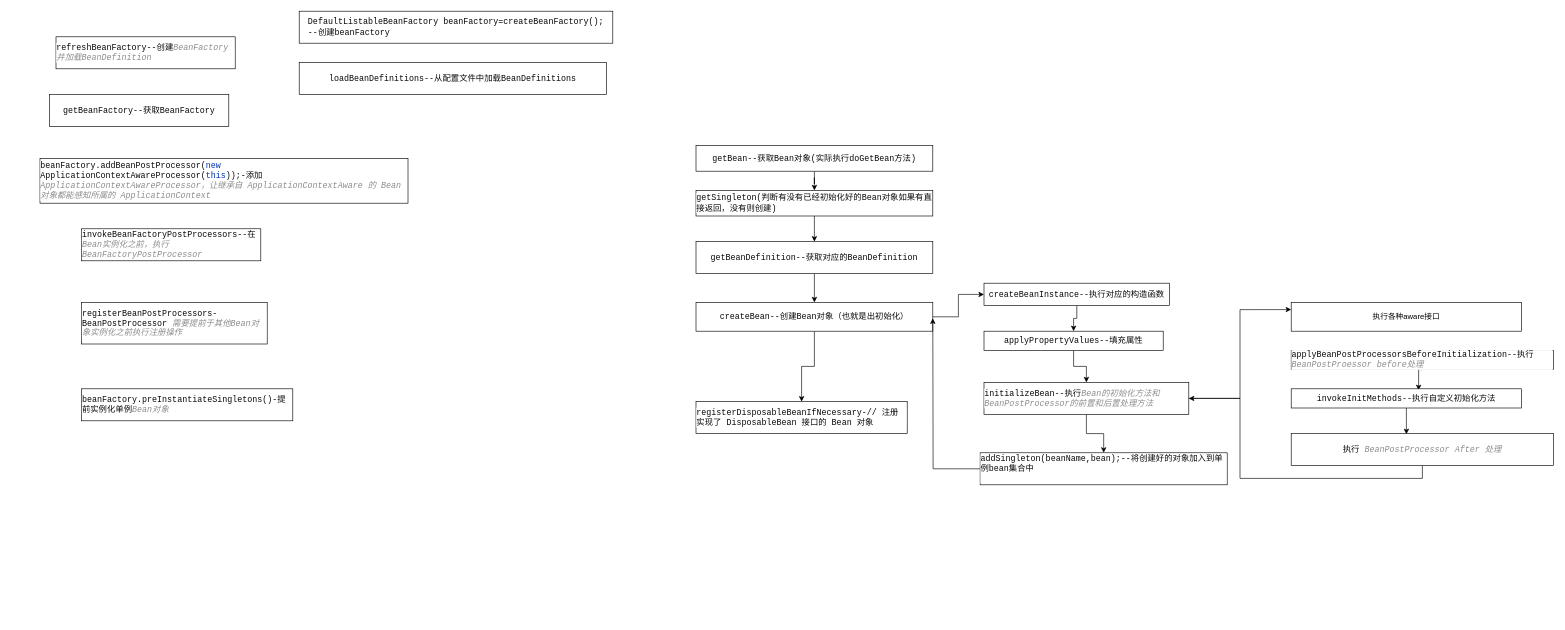
The draw.io diagram spring生命周期.drawio in chenxiaochuan72/draw, before the edit. Source tidied: cells renumbered, new cells numbered last; positions are measured from the earlier drawing's top-left corner, leaving out a move shared by most shapes. Both pictures are drawn from the tidied source at 64%, with x=0, y=0 at pixel (40, 11).
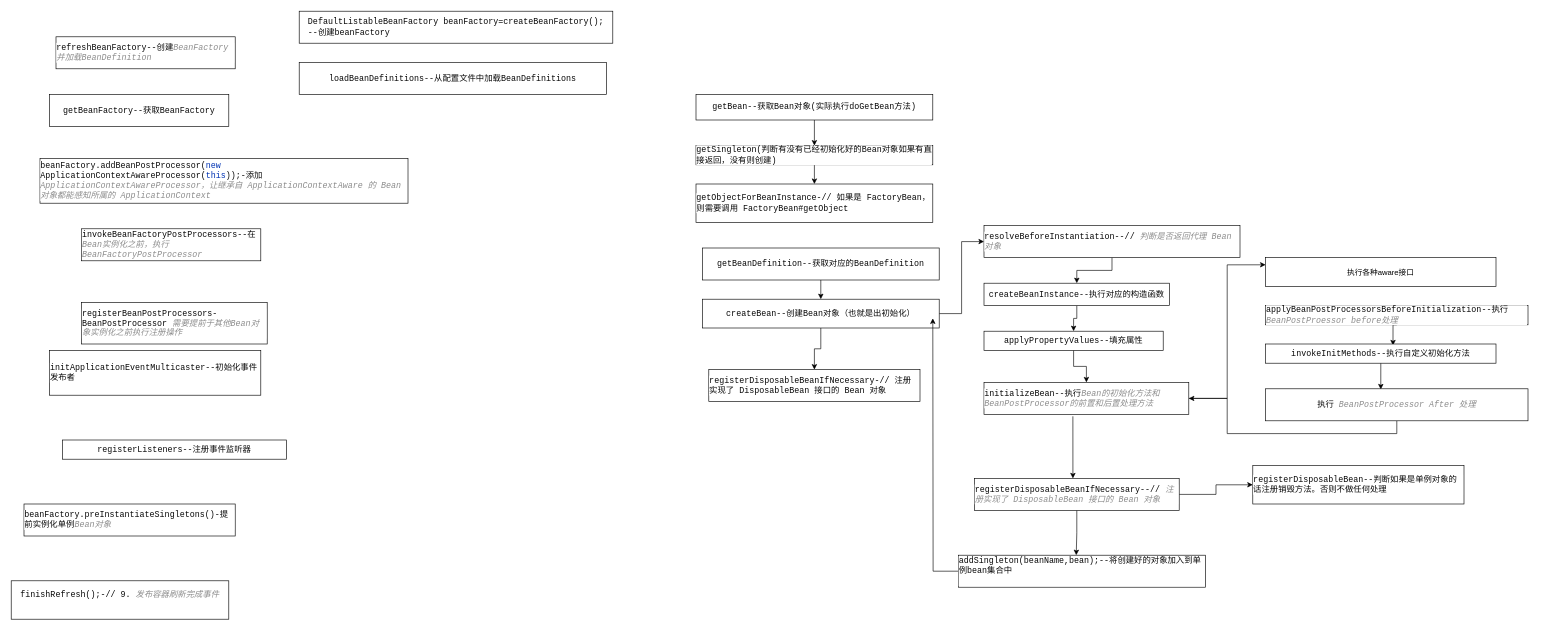
Above is the later version.

Commit message:
更新spring生命周期.drawio

Unchanged cells that the change refers to:
```xml
<mxCell id="19" value="&lt;div style=&quot;text-align: start; background-color: rgb(255, 255, 255); color: rgb(8, 8, 8); font-family: &amp;quot;JetBrains Mono&amp;quot;, monospace; font-size: 9.8pt;&quot;&gt;createBeanInstance--执行对应的构造函数&lt;/div&gt;" style="rounded=0;whiteSpace=wrap;html=1;" parent="1" vertex="1">
  <mxGeometry x="1475" y="425" width="290" height="35" as="geometry" />
</mxCell>
<mxCell id="24" value="&lt;div style=&quot;text-align: start; background-color: rgb(255, 255, 255); color: rgb(8, 8, 8); font-family: Menlo-Regular, monospace; font-size: 9.8pt;&quot;&gt;initializeBean--执行&lt;span style=&quot;color: rgb(140, 140, 140); font-style: italic; font-family: &amp;quot;JetBrains Mono&amp;quot;, monospace;&quot;&gt;Bean&lt;/span&gt;&lt;span style=&quot;color: rgb(140, 140, 140); font-style: italic;&quot;&gt;的初始化方法和&lt;/span&gt;&lt;span style=&quot;color: rgb(140, 140, 140); font-style: italic; font-family: &amp;quot;JetBrains Mono&amp;quot;, monospace;&quot;&gt;BeanPostProcessor&lt;/span&gt;&lt;span style=&quot;color: rgb(140, 140, 140); font-style: italic;&quot;&gt;的前置和后置处理方法&lt;/span&gt;&lt;/div&gt;" style="rounded=0;whiteSpace=wrap;html=1;" parent="1" vertex="1">
  <mxGeometry x="1475" y="580" width="320" height="50" as="geometry" />
</mxCell>
```

Change to the diagram source:
```diff
@@
     <mxCell id="8" value="&lt;div style=&quot;text-align: start; background-color: rgb(255, 255, 255); color: rgb(8, 8, 8); font-family: &amp;quot;JetBrains Mono&amp;quot;, monospace; font-size: 9.8pt;&quot;&gt;beanFactory.preInstantiateSingletons()-提前实例化单例&lt;span style=&quot;font-size: 9.8pt; color: rgb(140, 140, 140); font-style: italic;&quot;&gt;Bean&lt;/span&gt;&lt;span style=&quot;font-family: Menlo-Regular, monospace; font-size: 9.8pt; color: rgb(140, 140, 140); font-style: italic;&quot;&gt;对象&lt;/span&gt;&lt;/div&gt;" style="rounded=0;whiteSpace=wrap;html=1;" parent="1" vertex="1">
-      <mxGeometry x="65" y="590" width="330" height="50" as="geometry" />
+      <mxGeometry x="-25" y="770" width="330" height="50" as="geometry" />
     </mxCell>
@@
     <mxCell id="10" value="&lt;div style=&quot;text-align: start; background-color: rgb(255, 255, 255); color: rgb(8, 8, 8); font-family: &amp;quot;JetBrains Mono&amp;quot;, monospace; font-size: 9.8pt;&quot;&gt;getBean--获取Bean对象(实际执行doGetBean方法&lt;span style=&quot;font-size: 9.8pt;&quot;&gt;)&lt;/span&gt;&lt;/div&gt;" style="rounded=0;whiteSpace=wrap;html=1;" parent="1" vertex="1">
-      <mxGeometry x="1025" y="210" width="370" height="40" as="geometry" />
+      <mxGeometry x="1025" y="130" width="370" height="40" as="geometry" />
     </mxCell>
-    <mxCell id="11" style="edgeStyle=orthogonalEdgeStyle;rounded=0;jettySize=auto;html=1;exitX=0.5;exitY=1;exitDx=0;exitDy=0;" parent="1" edge="1" source="12" target="14">
-      <mxGeometry relative="1" as="geometry" />
-    </mxCell>
+    <mxCell id="36" style="edgeStyle=orthogonalEdgeStyle;rounded=0;jettySize=auto;html=1;exitX=0.5;exitY=1;exitDx=0;exitDy=0;entryX=0.5;entryY=0;entryDx=0;entryDy=0;" parent="1" edge="1" source="12" target="38">
+      <mxGeometry relative="1" as="geometry" />
+    </mxCell>
     <mxCell id="12" value="&lt;div style=&quot;text-align: start; background-color: rgb(255, 255, 255); color: rgb(8, 8, 8); font-family: &amp;quot;JetBrains Mono&amp;quot;, monospace; font-size: 9.8pt;&quot;&gt;getSingleton(判断有没有已经初始化好的Bean对象如果有直接返回，没有则创建)&lt;/div&gt;" style="rounded=0;whiteSpace=wrap;html=1;" parent="1" vertex="1">
-      <mxGeometry x="1025" y="280" width="370" height="40" as="geometry" />
+      <mxGeometry x="1025" y="210" width="370" height="30" as="geometry" />
     </mxCell>
@@
     <mxCell id="14" value="&lt;div style=&quot;text-align: start; background-color: rgb(255, 255, 255); color: rgb(8, 8, 8); font-family: &amp;quot;JetBrains Mono&amp;quot;, monospace; font-size: 9.8pt;&quot;&gt;getBeanDefinition--获取对应的BeanDefinition&lt;/div&gt;" style="rounded=0;whiteSpace=wrap;html=1;" parent="1" vertex="1">
-      <mxGeometry x="1025" y="360" width="370" height="50" as="geometry" />
+      <mxGeometry x="1035" y="370" width="370" height="50" as="geometry" />
     </mxCell>
@@
-    <mxCell id="16" style="edgeStyle=orthogonalEdgeStyle;rounded=0;jettySize=auto;html=1;exitX=1;exitY=0.5;exitDx=0;exitDy=0;entryX=0;entryY=0.5;entryDx=0;entryDy=0;" parent="1" edge="1" source="17" target="19">
+    <mxCell id="16" style="edgeStyle=orthogonalEdgeStyle;rounded=0;jettySize=auto;html=1;exitX=1;exitY=0.5;exitDx=0;exitDy=0;entryX=0;entryY=0.5;entryDx=0;entryDy=0;" parent="1" edge="1" source="17" target="47">
       <mxGeometry relative="1" as="geometry" />
     </mxCell>
     <mxCell id="17" value="&lt;div style=&quot;text-align: start; background-color: rgb(255, 255, 255); color: rgb(8, 8, 8); font-family: &amp;quot;JetBrains Mono&amp;quot;, monospace; font-size: 9.8pt;&quot;&gt;createBean--创建Bean对象（也就是出初始化）&lt;/div&gt;" style="rounded=0;whiteSpace=wrap;html=1;" parent="1" vertex="1">
-      <mxGeometry x="1025" y="455" width="370" height="45" as="geometry" />
+      <mxGeometry x="1035" y="450" width="370" height="45" as="geometry" />
     </mxCell>
@@
-    <mxCell id="22" style="edgeStyle=orthogonalEdgeStyle;rounded=0;jettySize=auto;html=1;exitX=0.5;exitY=1;exitDx=0;exitDy=0;entryX=0.5;entryY=0;entryDx=0;entryDy=0;" parent="1" edge="1" source="24" target="32">
-      <mxGeometry relative="1" as="geometry" />
-    </mxCell>
@@
+    <mxCell id="37" style="edgeStyle=orthogonalEdgeStyle;rounded=0;jettySize=auto;html=1;exitX=0.434;exitY=1.06;exitDx=0;exitDy=0;entryX=0.481;entryY=0;entryDx=0;entryDy=0;entryPerimeter=0;exitPerimeter=0;" parent="1" edge="1" source="24" target="41">
+      <mxGeometry relative="1" as="geometry" />
+    </mxCell>
@@
     <mxCell id="26" value="&lt;div style=&quot;text-align: start; background-color: rgb(255, 255, 255); color: rgb(8, 8, 8); font-family: &amp;quot;JetBrains Mono&amp;quot;, monospace; font-size: 9.8pt;&quot;&gt;applyBeanPostProcessorsBeforeInitialization--执行&lt;span style=&quot;font-size: 9.8pt; color: rgb(140, 140, 140); font-style: italic;&quot;&gt;BeanPostProessor before&lt;/span&gt;&lt;span style=&quot;font-family: Menlo-Regular, monospace; font-size: 9.8pt; color: rgb(140, 140, 140); font-style: italic;&quot;&gt;处理&lt;/span&gt;&lt;/div&gt;" style="rounded=0;whiteSpace=wrap;html=1;" parent="1" vertex="1">
-      <mxGeometry x="1955" y="530" width="410" height="30" as="geometry" />
+      <mxGeometry x="1915" y="460" width="410" height="30" as="geometry" />
     </mxCell>
@@
     <mxCell id="28" value="&lt;div style=&quot;text-align: start; background-color: rgb(255, 255, 255); color: rgb(8, 8, 8); font-family: &amp;quot;JetBrains Mono&amp;quot;, monospace; font-size: 9.8pt;&quot;&gt;invokeInitMethods--执行自定义初始化方法&lt;/div&gt;" style="rounded=0;whiteSpace=wrap;html=1;" parent="1" vertex="1">
-      <mxGeometry x="1955" y="590" width="360" height="30" as="geometry" />
+      <mxGeometry x="1915" y="520" width="360" height="30" as="geometry" />
     </mxCell>
@@
     <mxCell id="30" value="&lt;div style=&quot;text-align: start; background-color: rgb(255, 255, 255); color: rgb(8, 8, 8); font-family: Menlo-Regular, monospace; font-size: 9.8pt;&quot;&gt;执行&lt;span style=&quot;color: rgb(140, 140, 140); font-style: italic; font-family: &amp;quot;JetBrains Mono&amp;quot;, monospace;&quot;&gt; BeanPostProcessor After &lt;/span&gt;&lt;span style=&quot;color: rgb(140, 140, 140); font-style: italic;&quot;&gt;处理&lt;/span&gt;&lt;/div&gt;" style="rounded=0;whiteSpace=wrap;html=1;" parent="1" vertex="1">
-      <mxGeometry x="1955" y="660" width="410" height="50" as="geometry" />
+      <mxGeometry x="1915" y="590" width="410" height="50" as="geometry" />
     </mxCell>
@@
     <mxCell id="32" value="&lt;div style=&quot;text-align: start; background-color: rgb(255, 255, 255); color: rgb(8, 8, 8); font-family: &amp;quot;JetBrains Mono&amp;quot;, monospace; font-size: 9.8pt;&quot;&gt;addSingleton(beanName,bean);--将创建好的对象加入到单例bean集合中&lt;/div&gt;&lt;div style=&quot;text-align: start; background-color: rgb(255, 255, 255); color: rgb(8, 8, 8); font-family: &amp;quot;JetBrains Mono&amp;quot;, monospace; font-size: 9.8pt;&quot;&gt;&lt;br&gt;&lt;/div&gt;" style="rounded=0;whiteSpace=wrap;html=1;" parent="1" vertex="1">
-      <mxGeometry x="1469" y="690" width="386" height="50" as="geometry" />
+      <mxGeometry x="1435" y="850" width="386" height="50" as="geometry" />
     </mxCell>
     <mxCell id="33" value="&lt;div style=&quot;text-align: start; background-color: rgb(255, 255, 255); color: rgb(8, 8, 8); font-family: &amp;quot;JetBrains Mono&amp;quot;, monospace; font-size: 9.8pt;&quot;&gt;registerDisposableBeanIfNecessary-// 注册实现了 DisposableBean 接口的 Bean 对象&lt;/div&gt;" style="rounded=0;whiteSpace=wrap;html=1;" parent="1" vertex="1">
-      <mxGeometry x="1025" y="610" width="330" height="50" as="geometry" />
+      <mxGeometry x="1045" y="560" width="330" height="50" as="geometry" />
     </mxCell>
     <mxCell id="34" value="执行各种aware接口" style="rounded=0;whiteSpace=wrap;html=1;" parent="1" vertex="1">
-      <mxGeometry x="1955" y="455" width="360" height="45" as="geometry" />
+      <mxGeometry x="1915" y="385" width="360" height="45" as="geometry" />
     </mxCell>
@@
+    <mxCell id="38" value="&lt;div style=&quot;text-align: start; background-color: rgb(255, 255, 255); color: rgb(8, 8, 8); font-family: &amp;quot;JetBrains Mono&amp;quot;, monospace; font-size: 9.8pt;&quot;&gt;getObjectForBeanInstance-// 如果是 FactoryBean，则需要调用 FactoryBean#getObject&lt;/div&gt;" style="rounded=0;whiteSpace=wrap;html=1;" parent="1" vertex="1">
+      <mxGeometry x="1025" y="270" width="370" height="60" as="geometry" />
+    </mxCell>
+    <mxCell id="39" style="edgeStyle=orthogonalEdgeStyle;rounded=0;jettySize=auto;html=1;exitX=0.5;exitY=1;exitDx=0;exitDy=0;entryX=0.477;entryY=0;entryDx=0;entryDy=0;entryPerimeter=0;" parent="1" edge="1" source="41" target="32">
+      <mxGeometry relative="1" as="geometry" />
+    </mxCell>
+    <mxCell id="40" style="edgeStyle=orthogonalEdgeStyle;rounded=0;jettySize=auto;html=1;exitX=1;exitY=0.5;exitDx=0;exitDy=0;" parent="1" edge="1" source="41" target="42">
+      <mxGeometry relative="1" as="geometry" />
+    </mxCell>
+    <mxCell id="41" value="&lt;div style=&quot;text-align: start; background-color: rgb(255, 255, 255); color: rgb(8, 8, 8); font-family: &amp;quot;JetBrains Mono&amp;quot;, monospace; font-size: 9.8pt;&quot;&gt;registerDisposableBeanIfNecessary--// &lt;span style=&quot;font-size: 9.8pt; color: rgb(140, 140, 140); font-style: italic; font-family: Menlo-Regular, monospace;&quot;&gt;注册实现了&lt;/span&gt;&lt;span style=&quot;font-size: 9.8pt; color: rgb(140, 140, 140); font-style: italic;&quot;&gt; DisposableBean &lt;/span&gt;&lt;span style=&quot;font-size: 9.8pt; color: rgb(140, 140, 140); font-style: italic; font-family: Menlo-Regular, monospace;&quot;&gt;接口的&lt;/span&gt;&lt;span style=&quot;font-size: 9.8pt; color: rgb(140, 140, 140); font-style: italic;&quot;&gt; Bean &lt;/span&gt;&lt;span style=&quot;font-size: 9.8pt; color: rgb(140, 140, 140); font-style: italic; font-family: Menlo-Regular, monospace;&quot;&gt;对象&lt;/span&gt;&lt;/div&gt;" style="rounded=0;whiteSpace=wrap;html=1;" parent="1" vertex="1">
+      <mxGeometry x="1460" y="730" width="320" height="50" as="geometry" />
+    </mxCell>
+    <mxCell id="42" value="&lt;div style=&quot;text-align: start; background-color: rgb(255, 255, 255); color: rgb(8, 8, 8); font-family: &amp;quot;JetBrains Mono&amp;quot;, monospace; font-size: 9.8pt;&quot;&gt;registerDisposableBean--判断如果是单例对象的话注册销毁方法。否则不做任何处理&lt;/div&gt;" style="rounded=0;whiteSpace=wrap;html=1;" parent="1" vertex="1">
+      <mxGeometry x="1895" y="710" width="330" height="60" as="geometry" />
+    </mxCell>
+    <mxCell id="43" value="&lt;div style=&quot;text-align: start; background-color: rgb(255, 255, 255); color: rgb(8, 8, 8); font-family: &amp;quot;JetBrains Mono&amp;quot;, monospace; font-size: 9.8pt;&quot;&gt;initApplicationEventMulticaster--初始化事件发布者&lt;/div&gt;" style="rounded=0;whiteSpace=wrap;html=1;" parent="1" vertex="1">
+      <mxGeometry x="15" y="530" width="330" height="70" as="geometry" />
+    </mxCell>
+    <mxCell id="44" value="&lt;div style=&quot;text-align: start; background-color: rgb(255, 255, 255); color: rgb(8, 8, 8); font-family: &amp;quot;JetBrains Mono&amp;quot;, monospace; font-size: 9.8pt;&quot;&gt;registerListeners--注册事件监听器&lt;/div&gt;" style="rounded=0;whiteSpace=wrap;html=1;" parent="1" vertex="1">
+      <mxGeometry x="35" y="670" width="350" height="30" as="geometry" />
+    </mxCell>
+    <mxCell id="45" value="&lt;div style=&quot;text-align: start; background-color: rgb(255, 255, 255); color: rgb(8, 8, 8); font-family: &amp;quot;JetBrains Mono&amp;quot;, monospace; font-size: 9.8pt;&quot;&gt;finishRefresh();-// 9. &lt;span style=&quot;font-size: 9.8pt; color: rgb(140, 140, 140); font-style: italic; font-family: Menlo-Regular, monospace;&quot;&gt;发布容器刷新完成事件&lt;/span&gt;&lt;/div&gt;&lt;div style=&quot;text-align: start; background-color: rgb(255, 255, 255); color: rgb(8, 8, 8); font-family: &amp;quot;JetBrains Mono&amp;quot;, monospace; font-size: 9.8pt;&quot;&gt;&lt;span style=&quot;color: rgb(140, 140, 140); font-style: italic; font-family: Menlo-Regular, monospace;&quot;&gt;&lt;br&gt;&lt;/span&gt;&lt;/div&gt;" style="rounded=0;whiteSpace=wrap;html=1;" parent="1" vertex="1">
+      <mxGeometry x="-45" y="890" width="340" height="60" as="geometry" />
+    </mxCell>
+    <mxCell id="46" style="edgeStyle=orthogonalEdgeStyle;rounded=0;jettySize=auto;html=1;exitX=0.5;exitY=1;exitDx=0;exitDy=0;entryX=0.5;entryY=0;entryDx=0;entryDy=0;" parent="1" edge="1" source="47" target="19">
+      <mxGeometry relative="1" as="geometry" />
+    </mxCell>
+    <mxCell id="47" value="&lt;div style=&quot;text-align: start; background-color: rgb(255, 255, 255); color: rgb(8, 8, 8); font-family: &amp;quot;JetBrains Mono&amp;quot;, monospace; font-size: 9.8pt;&quot;&gt;resolveBeforeInstantiation--// &lt;span style=&quot;font-size: 9.8pt; color: rgb(140, 140, 140); font-style: italic; font-family: Menlo-Regular, monospace;&quot;&gt;判断是否返回代理&lt;/span&gt;&lt;span style=&quot;font-size: 9.8pt; color: rgb(140, 140, 140); font-style: italic;&quot;&gt; Bean &lt;/span&gt;&lt;span style=&quot;font-size: 9.8pt; color: rgb(140, 140, 140); font-style: italic; font-family: Menlo-Regular, monospace;&quot;&gt;对象&lt;/span&gt;&lt;/div&gt;" style="rounded=0;whiteSpace=wrap;html=1;" parent="1" vertex="1">
+      <mxGeometry x="1475" y="335" width="400" height="50" as="geometry" />
+    </mxCell>
```
